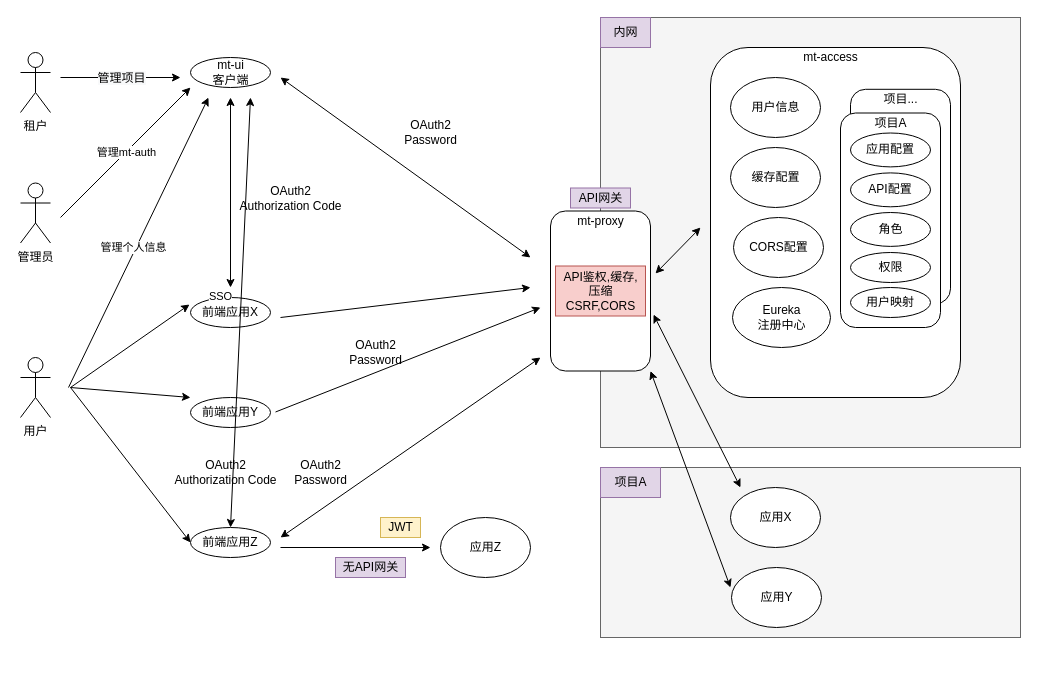
The draw.io diagram doc/arthitecture/architecture.drawio in publicdevop2019/mt-auth, before the edit. Source tidied: cells renumbered, new cells numbered last; positions are measured from the earlier drawing's top-left corner, leaving out a move shared by most shapes. Both pictures are drawn from the tidied source at 100%, with x=0, y=0 at pixel (20, 17).
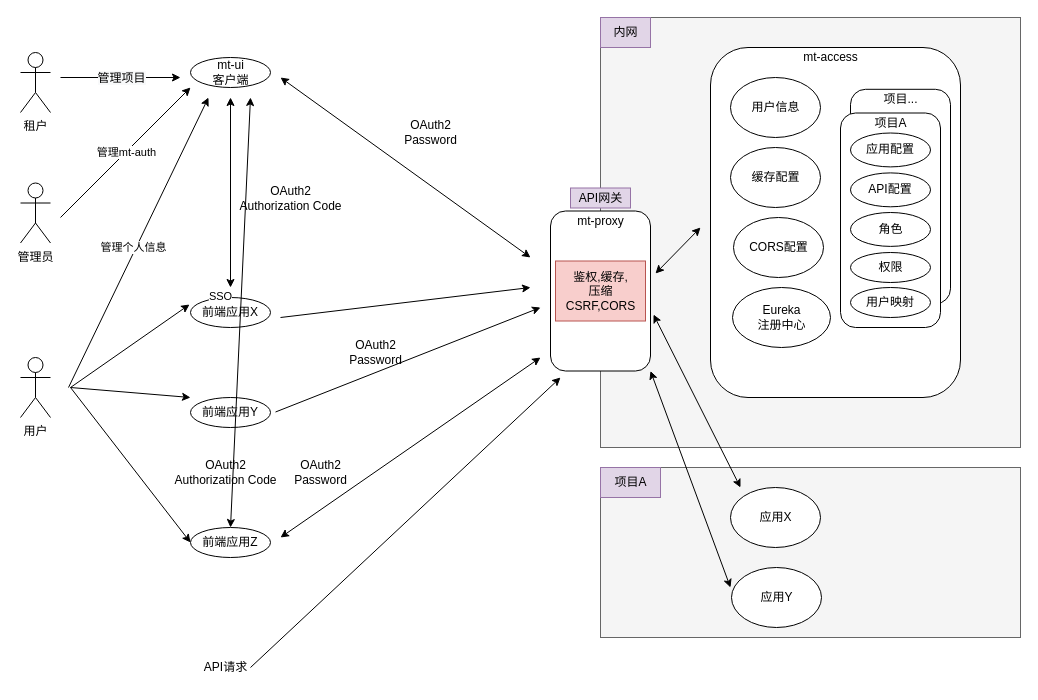
After the change.

Diff of the diagram source:
```diff
@@
-    <mxCell id="48" value="API鉴权,缓存,&lt;br&gt;压缩&lt;br&gt;CSRF,CORS" style="text;html=1;align=center;verticalAlign=middle;strokeColor=#b85450;fillColor=#f8cecc;" parent="1" vertex="1">
-      <mxGeometry x="535" y="248.5" width="90" height="50" as="geometry" />
+    <mxCell id="48" value="鉴权,缓存,&lt;br&gt;压缩&lt;br&gt;CSRF,CORS" style="text;html=1;align=center;verticalAlign=middle;strokeColor=#b85450;fillColor=#f8cecc;" parent="1" vertex="1">
+      <mxGeometry x="535" y="243.5" width="90" height="60" as="geometry" />
     </mxCell>
@@
-    <mxCell id="63" style="ellipse;whiteSpace=wrap;html=1;" parent="1" vertex="1">
-      <mxGeometry x="420" y="500" width="90" height="60" as="geometry" />
-    </mxCell>
-    <mxCell id="64" value="应用Z" style="text;html=1;align=center;verticalAlign=middle;strokeColor=none;fillColor=none;" parent="1" vertex="1">
-      <mxGeometry x="440" y="520" width="50" height="20" as="geometry" />
-    </mxCell>
@@
-    <mxCell id="68" style="endArrow=classic;html=1;rounded=0;" parent="1" edge="1">
-      <mxGeometry relative="1" as="geometry">
-        <mxPoint x="260" y="530" as="sourcePoint" />
-        <mxPoint x="410" y="530" as="targetPoint" />
-      </mxGeometry>
-    </mxCell>
-    <mxCell id="69" value="无API网关" style="text;html=1;align=center;verticalAlign=middle;strokeColor=#9673a6;fillColor=#e1d5e7;" parent="1" vertex="1">
-      <mxGeometry x="315" y="540" width="70" height="20" as="geometry" />
-    </mxCell>
-    <mxCell id="70" value="JWT" style="text;html=1;align=center;verticalAlign=middle;strokeColor=#d6b656;fillColor=#fff2cc;" parent="1" vertex="1">
-      <mxGeometry x="360" y="500" width="40" height="20" as="geometry" />
-    </mxCell>
@@
+    <mxCell id="82" style="endArrow=classic;html=1;rounded=0;" parent="1" edge="1">
+      <mxGeometry relative="1" as="geometry">
+        <mxPoint x="230" y="650" as="sourcePoint" />
+        <mxPoint x="540" y="360" as="targetPoint" />
+      </mxGeometry>
+    </mxCell>
+    <mxCell id="83" value="API请求" style="text;html=1;align=center;verticalAlign=middle;strokeColor=none;fillColor=none;" parent="1" vertex="1">
+      <mxGeometry x="170" y="635" width="70" height="30" as="geometry" />
+    </mxCell>
```
